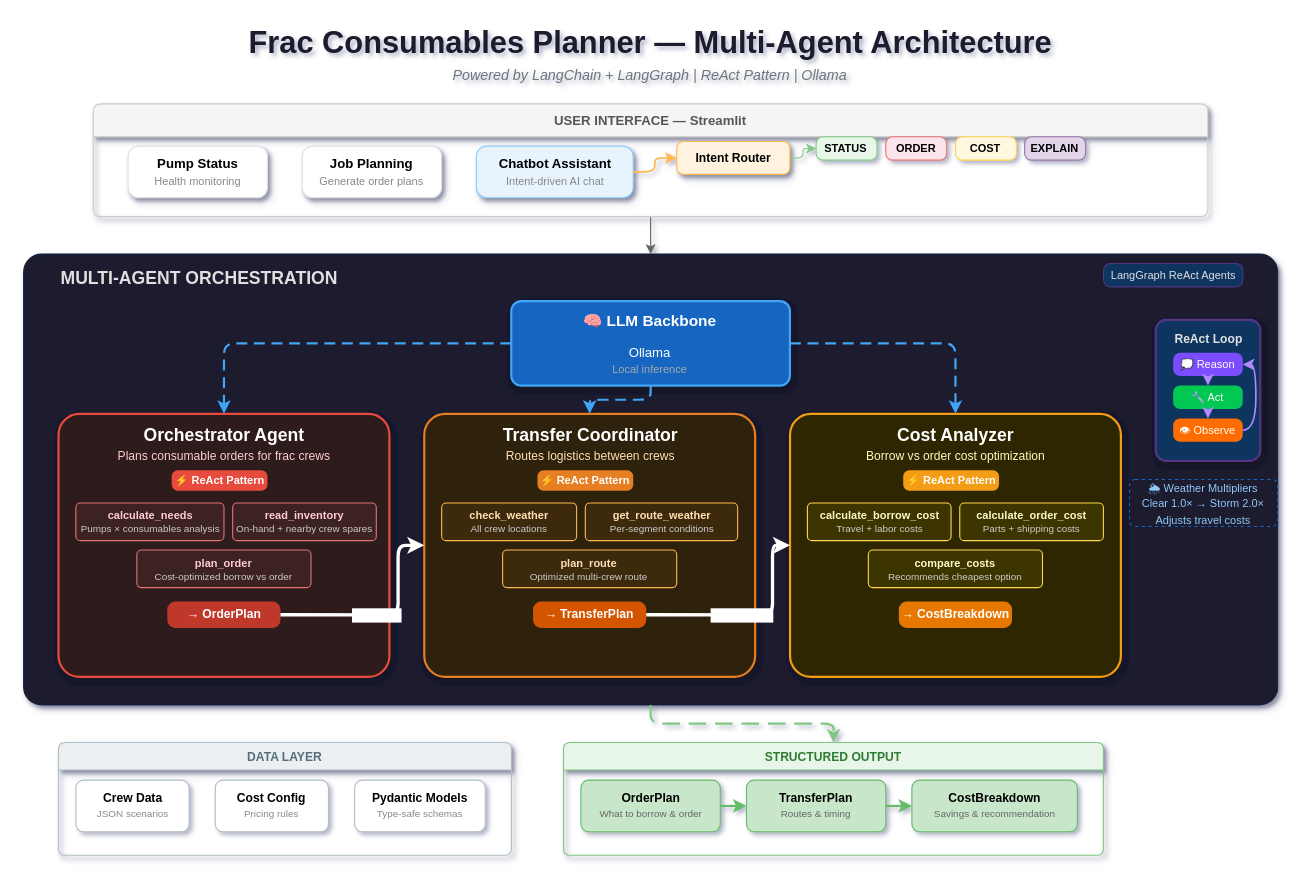
Before: docs/architecture.drawio in Oviemudiaga/frac-consumables-planner, a draw.io diagram. Source tidied: cells renumbered, new cells numbered last; positions are measured from the earlier drawing's top-left corner, leaving out a move shared by most shapes. Both pictures are drawn from the tidied source at 110%, with x=0, y=0 at pixel (23, 19).
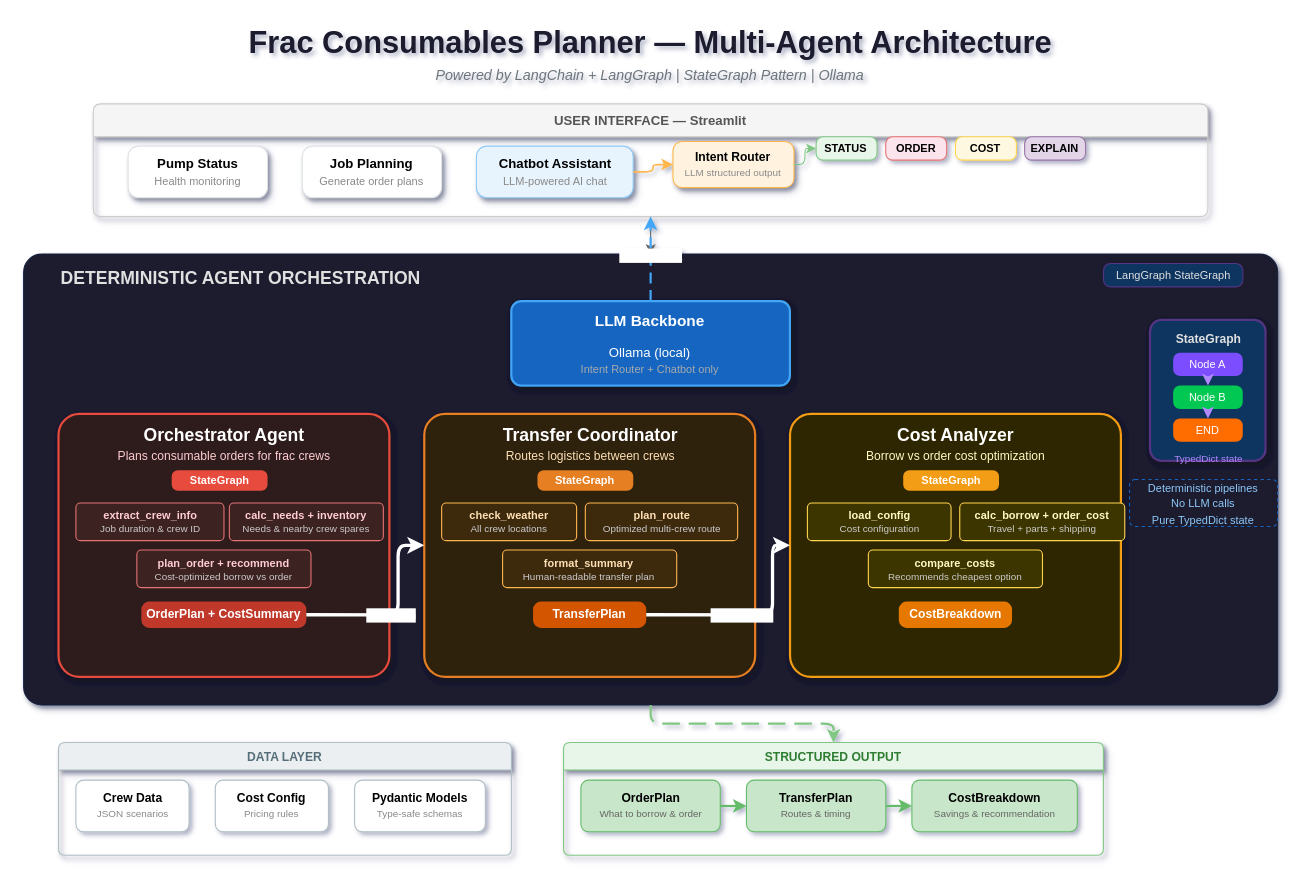
The same page after the edit.

Commit message (it also covers changes not shown here):
added intent agent

The change refers to these unchanged cells:
```xml
<mxCell id="2" style="group;" parent="1" vertex="1">
  <mxGeometry width="1140" height="760" as="geometry" />
</mxCell>
<mxCell id="6" value="USER INTERFACE —  Streamlit" style="swimlane;startSize=30;fillColor=#f5f5f5;strokeColor=#cccccc;rounded=1;arcSize=8;fontSize=12;fontColor=#555555;shadow=1;" parent="2" vertex="1">
  <mxGeometry x="63.3" y="76.9" width="1013.3" height="102.5" as="geometry" />
</mxCell>
<mxCell id="21" style="rounded=1;whiteSpace=wrap;html=1;fillColor=#2d1b1b;strokeColor=#e74c3c;strokeWidth=2;arcSize=8;shadow=1;" parent="2" vertex="1">
  <mxGeometry x="31.7" y="358.7" width="300.8" height="239.1" as="geometry" />
</mxCell>
<mxCell id="28" style="rounded=1;whiteSpace=wrap;html=1;fillColor=#2d2010;strokeColor=#e67e22;strokeWidth=2;arcSize=8;shadow=1;" parent="2" vertex="1">
  <mxGeometry x="364.2" y="358.7" width="300.8" height="239.1" as="geometry" />
</mxCell>
<mxCell id="35" style="rounded=1;whiteSpace=wrap;html=1;fillColor=#2d2800;strokeColor=#f39c12;strokeWidth=2;arcSize=8;shadow=1;" parent="2" vertex="1">
  <mxGeometry x="696.7" y="358.7" width="300.8" height="239.1" as="geometry" />
</mxCell>
```

The edit, as a diff of the source:
```diff
@@
-    <mxCell id="4" value="Powered by LangChain + LangGraph  |  ReAct Pattern  |  Ollama" style="text;html=1;fontSize=13;fontColor=#6c757d;align=center;verticalAlign=middle;whiteSpace=wrap;fontStyle=2;" parent="2" vertex="1">
+    <mxCell id="4" value="Powered by LangChain + LangGraph  |  StateGraph Pattern  |  Ollama" style="text;html=1;fontSize=13;fontColor=#6c757d;align=center;verticalAlign=middle;whiteSpace=wrap;fontStyle=2;" parent="2" vertex="1">
       <mxGeometry x="253.3" y="38.4" width="633.3" height="25.6" as="geometry" />
     </mxCell>
@@
-    <mxCell id="9" value="&lt;b&gt;Chatbot Assistant&lt;/b&gt;&lt;br&gt;&lt;font style=&quot;font-size:10px;color:#888&quot;&gt;Intent-driven AI chat&lt;/font&gt;" style="rounded=1;whiteSpace=wrap;html=1;fillColor=#e8f4fd;strokeColor=#90caf9;shadow=1;fontSize=12;arcSize=20;" parent="6" vertex="1">
+    <mxCell id="9" value="&lt;b&gt;Chatbot Assistant&lt;/b&gt;&lt;br&gt;&lt;font style=&quot;font-size:10px;color:#888&quot;&gt;LLM-powered AI chat&lt;/font&gt;" style="rounded=1;whiteSpace=wrap;html=1;fillColor=#e8f4fd;strokeColor=#90caf9;shadow=1;fontSize=12;arcSize=20;" parent="6" vertex="1">
       <mxGeometry x="348.3" y="38.4" width="142.5" height="47" as="geometry" />
     </mxCell>
-    <mxCell id="10" value="&lt;b&gt;Intent Router&lt;/b&gt;" style="rounded=1;whiteSpace=wrap;html=1;fillColor=#fff3e0;strokeColor=#ffb74d;shadow=1;fontSize=11;arcSize=20;" parent="6" vertex="1">
-      <mxGeometry x="530.4" y="34.2" width="102.9" height="29.9" as="geometry" />
+    <mxCell id="10" value="&lt;b&gt;Intent Router&lt;/b&gt;&lt;br&gt;&lt;font style=&quot;font-size:9px;color:#888&quot;&gt;LLM structured output&lt;/font&gt;" style="rounded=1;whiteSpace=wrap;html=1;fillColor=#fff3e0;strokeColor=#ffb74d;shadow=1;fontSize=11;arcSize=20;" parent="6" vertex="1">
+      <mxGeometry x="527" y="34.2" width="110" height="42" as="geometry" />
     </mxCell>
@@
-    <mxCell id="18" value="MULTI-AGENT ORCHESTRATION" style="text;html=1;fontSize=16;fontStyle=1;fontColor=#e0e0e0;align=left;verticalAlign=middle;letterSpacing=3;" parent="2" vertex="1">
-      <mxGeometry x="31.7" y="222" width="316.7" height="25.6" as="geometry" />
+    <mxCell id="18" value="DETERMINISTIC AGENT ORCHESTRATION" style="text;html=1;fontSize=16;fontStyle=1;fontColor=#e0e0e0;align=left;verticalAlign=middle;letterSpacing=3;" parent="2" vertex="1">
+      <mxGeometry x="31.7" y="222" width="400" height="25.6" as="geometry" />
     </mxCell>
-    <mxCell id="19" value="LangGraph ReAct Agents" style="rounded=1;whiteSpace=wrap;html=1;fillColor=#0f3460;strokeColor=#533483;fontSize=10;fontColor=#e0e0e0;arcSize=30;" parent="2" vertex="1">
+    <mxCell id="19" value="LangGraph StateGraph" style="rounded=1;whiteSpace=wrap;html=1;fillColor=#0f3460;strokeColor=#533483;fontSize=10;fontColor=#e0e0e0;arcSize=30;" parent="2" vertex="1">
       <mxGeometry x="981.7" y="222" width="126.7" height="21.3" as="geometry" />
     </mxCell>
-    <mxCell id="20" value="&lt;b style=&quot;font-size:14px;&quot;&gt;🧠 LLM Backbone&lt;/b&gt;&lt;br&gt;&lt;br&gt;&lt;font style=&quot;font-size:12px;&quot;&gt;Ollama&lt;/font&gt;&lt;br&gt;&lt;font style=&quot;font-size: 10px; color: rgb(170, 170, 170);&quot;&gt;Local inference&lt;/font&gt;" style="rounded=1;whiteSpace=wrap;html=1;fillColor=#1565c0;strokeColor=#42a5f5;strokeWidth=2;shadow=1;fontSize=12;fontColor=#ffffff;arcSize=12;" parent="2" vertex="1">
+    <mxCell id="20" value="&lt;b style=&quot;font-size:14px;&quot;&gt;LLM Backbone&lt;/b&gt;&lt;br&gt;&lt;br&gt;&lt;font style=&quot;font-size:12px;&quot;&gt;Ollama (local)&lt;/font&gt;&lt;br&gt;&lt;font style=&quot;font-size: 10px; color: rgb(170, 170, 170);&quot;&gt;Intent Router + Chatbot only&lt;/font&gt;" style="rounded=1;whiteSpace=wrap;html=1;fillColor=#1565c0;strokeColor=#42a5f5;strokeWidth=2;shadow=1;fontSize=12;fontColor=#ffffff;arcSize=12;" parent="2" vertex="1">
       <mxGeometry x="443.3" y="256.2" width="253.3" height="76.9" as="geometry" />
     </mxCell>
@@
-    <mxCell id="23" value="⚡ ReAct Pattern" style="rounded=1;whiteSpace=wrap;html=1;fillColor=#e74c3c;strokeColor=none;fontSize=10;fontColor=#ffffff;fontStyle=1;arcSize=30;" parent="2" vertex="1">
+    <mxCell id="23" value="StateGraph" style="rounded=1;whiteSpace=wrap;html=1;fillColor=#e74c3c;strokeColor=none;fontSize=10;fontColor=#ffffff;fontStyle=1;arcSize=30;" parent="2" vertex="1">
       <mxGeometry x="134.6" y="409.9" width="87.1" height="18.8" as="geometry" />
     </mxCell>
-    <mxCell id="24" value="&lt;b&gt;calculate_needs&lt;/b&gt;&lt;br&gt;&lt;font style=&quot;font-size:9px;color:#ccc;&quot;&gt;Pumps × consumables analysis&lt;/font&gt;" style="rounded=1;whiteSpace=wrap;html=1;fillColor=#3d2020;strokeColor=#e57373;fontSize=10;fontColor=#ffcdd2;arcSize=12;" parent="2" vertex="1">
+    <mxCell id="24" value="&lt;b&gt;extract_crew_info&lt;/b&gt;&lt;br&gt;&lt;font style=&quot;font-size:9px;color:#ccc;&quot;&gt;Job duration &amp; crew ID&lt;/font&gt;" style="rounded=1;whiteSpace=wrap;html=1;fillColor=#3d2020;strokeColor=#e57373;fontSize=10;fontColor=#ffcdd2;arcSize=12;" parent="2" vertex="1">
       <mxGeometry x="47.5" y="439.8" width="134.6" height="34.2" as="geometry" />
     </mxCell>
-    <mxCell id="25" value="&lt;b&gt;read_inventory&lt;/b&gt;&lt;br&gt;&lt;font style=&quot;font-size:9px;color:#ccc;&quot;&gt;On-hand + nearby crew spares&lt;/font&gt;" style="rounded=1;whiteSpace=wrap;html=1;fillColor=#3d2020;strokeColor=#e57373;fontSize=10;fontColor=#ffcdd2;arcSize=12;" parent="2" vertex="1">
-      <mxGeometry x="190" y="439.8" width="130.6" height="34.2" as="geometry" />
+    <mxCell id="25" value="&lt;b&gt;calc_needs + inventory&lt;/b&gt;&lt;br&gt;&lt;font style=&quot;font-size:9px;color:#ccc;&quot;&gt;Needs &amp; nearby crew spares&lt;/font&gt;" style="rounded=1;whiteSpace=wrap;html=1;fillColor=#3d2020;strokeColor=#e57373;fontSize=10;fontColor=#ffcdd2;arcSize=12;" parent="2" vertex="1">
+      <mxGeometry x="187" y="439.8" width="140" height="34.2" as="geometry" />
     </mxCell>
-    <mxCell id="26" value="&lt;b&gt;plan_order&lt;/b&gt;&lt;br&gt;&lt;font style=&quot;font-size:9px;color:#ccc;&quot;&gt;Cost-optimized borrow vs order&lt;/font&gt;" style="rounded=1;whiteSpace=wrap;html=1;fillColor=#3d2020;strokeColor=#e57373;fontSize=10;fontColor=#ffcdd2;arcSize=12;" parent="2" vertex="1">
+    <mxCell id="26" value="&lt;b&gt;plan_order + recommend&lt;/b&gt;&lt;br&gt;&lt;font style=&quot;font-size:9px;color:#ccc;&quot;&gt;Cost-optimized borrow vs order&lt;/font&gt;" style="rounded=1;whiteSpace=wrap;html=1;fillColor=#3d2020;strokeColor=#e57373;fontSize=10;fontColor=#ffcdd2;arcSize=12;" parent="2" vertex="1">
       <mxGeometry x="102.9" y="482.5" width="158.3" height="34.2" as="geometry" />
     </mxCell>
-    <mxCell id="27" value="&lt;b&gt;→ OrderPlan&lt;/b&gt;" style="rounded=1;whiteSpace=wrap;html=1;fillColor=#c0392b;strokeColor=none;fontSize=11;fontColor=#ffffff;arcSize=30;" parent="2" vertex="1">
-      <mxGeometry x="130.6" y="529.4" width="102.9" height="23.9" as="geometry" />
+    <mxCell id="27" value="&lt;b&gt;OrderPlan + CostSummary&lt;/b&gt;" style="rounded=1;whiteSpace=wrap;html=1;fillColor=#c0392b;strokeColor=none;fontSize=11;fontColor=#ffffff;arcSize=30;" parent="2" vertex="1">
+      <mxGeometry x="107" y="529.4" width="150" height="23.9" as="geometry" />
     </mxCell>
@@
-    <mxCell id="30" value="⚡ ReAct Pattern" style="rounded=1;whiteSpace=wrap;html=1;fillColor=#e67e22;strokeColor=none;fontSize=10;fontColor=#ffffff;fontStyle=1;arcSize=30;" parent="2" vertex="1">
+    <mxCell id="30" value="StateGraph" style="rounded=1;whiteSpace=wrap;html=1;fillColor=#e67e22;strokeColor=none;fontSize=10;fontColor=#ffffff;fontStyle=1;arcSize=30;" parent="2" vertex="1">
       <mxGeometry x="467.1" y="409.9" width="87.1" height="18.8" as="geometry" />
     </mxCell>
@@
-    <mxCell id="32" value="&lt;b&gt;get_route_weather&lt;/b&gt;&lt;br&gt;&lt;font style=&quot;font-size:9px;color:#ccc;&quot;&gt;Per-segment conditions&lt;/font&gt;" style="rounded=1;whiteSpace=wrap;html=1;fillColor=#3d2a10;strokeColor=#ffb74d;fontSize=10;fontColor=#ffe0b2;arcSize=12;" parent="2" vertex="1">
+    <mxCell id="32" value="&lt;b&gt;plan_route&lt;/b&gt;&lt;br&gt;&lt;font style=&quot;font-size:9px;color:#ccc;&quot;&gt;Optimized multi-crew route&lt;/font&gt;" style="rounded=1;whiteSpace=wrap;html=1;fillColor=#3d2a10;strokeColor=#ffb74d;fontSize=10;fontColor=#ffe0b2;arcSize=12;" parent="2" vertex="1">
       <mxGeometry x="510.6" y="439.8" width="138.5" height="34.2" as="geometry" />
     </mxCell>
-    <mxCell id="33" value="&lt;b&gt;plan_route&lt;/b&gt;&lt;br&gt;&lt;font style=&quot;font-size:9px;color:#ccc;&quot;&gt;Optimized multi-crew route&lt;/font&gt;" style="rounded=1;whiteSpace=wrap;html=1;fillColor=#3d2a10;strokeColor=#ffb74d;fontSize=10;fontColor=#ffe0b2;arcSize=12;" parent="2" vertex="1">
+    <mxCell id="33" value="&lt;b&gt;format_summary&lt;/b&gt;&lt;br&gt;&lt;font style=&quot;font-size:9px;color:#ccc;&quot;&gt;Human-readable transfer plan&lt;/font&gt;" style="rounded=1;whiteSpace=wrap;html=1;fillColor=#3d2a10;strokeColor=#ffb74d;fontSize=10;fontColor=#ffe0b2;arcSize=12;" parent="2" vertex="1">
       <mxGeometry x="435.4" y="482.5" width="158.3" height="34.2" as="geometry" />
     </mxCell>
-    <mxCell id="34" value="&lt;b&gt;→ TransferPlan&lt;/b&gt;" style="rounded=1;whiteSpace=wrap;html=1;fillColor=#d35400;strokeColor=none;fontSize=11;fontColor=#ffffff;arcSize=30;" parent="2" vertex="1">
+    <mxCell id="34" value="&lt;b&gt;TransferPlan&lt;/b&gt;" style="rounded=1;whiteSpace=wrap;html=1;fillColor=#d35400;strokeColor=none;fontSize=11;fontColor=#ffffff;arcSize=30;" parent="2" vertex="1">
       <mxGeometry x="463.1" y="529.4" width="102.9" height="23.9" as="geometry" />
     </mxCell>
@@
-    <mxCell id="37" value="⚡ ReAct Pattern" style="rounded=1;whiteSpace=wrap;html=1;fillColor=#f39c12;strokeColor=none;fontSize=10;fontColor=#ffffff;fontStyle=1;arcSize=30;" parent="2" vertex="1">
+    <mxCell id="37" value="StateGraph" style="rounded=1;whiteSpace=wrap;html=1;fillColor=#f39c12;strokeColor=none;fontSize=10;fontColor=#ffffff;fontStyle=1;arcSize=30;" parent="2" vertex="1">
       <mxGeometry x="799.6" y="409.9" width="87.1" height="18.8" as="geometry" />
     </mxCell>
-    <mxCell id="38" value="&lt;b&gt;calculate_borrow_cost&lt;/b&gt;&lt;br&gt;&lt;font style=&quot;font-size:9px;color:#ccc;&quot;&gt;Travel + labor costs&lt;/font&gt;" style="rounded=1;whiteSpace=wrap;html=1;fillColor=#3d3500;strokeColor=#ffd54f;fontSize=10;fontColor=#fff9c4;arcSize=12;" parent="2" vertex="1">
+    <mxCell id="38" value="&lt;b&gt;load_config&lt;/b&gt;&lt;br&gt;&lt;font style=&quot;font-size:9px;color:#ccc;&quot;&gt;Cost configuration&lt;/font&gt;" style="rounded=1;whiteSpace=wrap;html=1;fillColor=#3d3500;strokeColor=#ffd54f;fontSize=10;fontColor=#fff9c4;arcSize=12;" parent="2" vertex="1">
       <mxGeometry x="712.5" y="439.8" width="130.6" height="34.2" as="geometry" />
     </mxCell>
-    <mxCell id="39" value="&lt;b&gt;calculate_order_cost&lt;/b&gt;&lt;br&gt;&lt;font style=&quot;font-size:9px;color:#ccc;&quot;&gt;Parts + shipping costs&lt;/font&gt;" style="rounded=1;whiteSpace=wrap;html=1;fillColor=#3d3500;strokeColor=#ffd54f;fontSize=10;fontColor=#fff9c4;arcSize=12;" parent="2" vertex="1">
-      <mxGeometry x="851" y="439.8" width="130.6" height="34.2" as="geometry" />
+    <mxCell id="39" value="&lt;b&gt;calc_borrow + order_cost&lt;/b&gt;&lt;br&gt;&lt;font style=&quot;font-size:9px;color:#ccc;&quot;&gt;Travel + parts + shipping&lt;/font&gt;" style="rounded=1;whiteSpace=wrap;html=1;fillColor=#3d3500;strokeColor=#ffd54f;fontSize=10;fontColor=#fff9c4;arcSize=12;" parent="2" vertex="1">
+      <mxGeometry x="851" y="439.8" width="150" height="34.2" as="geometry" />
     </mxCell>
@@
-    <mxCell id="41" value="&lt;b&gt;→ CostBreakdown&lt;/b&gt;" style="rounded=1;whiteSpace=wrap;html=1;fillColor=#e67700;strokeColor=none;fontSize=11;fontColor=#ffffff;arcSize=30;" parent="2" vertex="1">
+    <mxCell id="41" value="&lt;b&gt;CostBreakdown&lt;/b&gt;" style="rounded=1;whiteSpace=wrap;html=1;fillColor=#e67700;strokeColor=none;fontSize=11;fontColor=#ffffff;arcSize=30;" parent="2" vertex="1">
       <mxGeometry x="795.6" y="529.4" width="102.9" height="23.9" as="geometry" />
     </mxCell>
@@
-    <mxCell id="46" style="edgeStyle=orthogonalEdgeStyle;rounded=1;strokeColor=#42a5f5;strokeWidth=2;dashed=1;dashPattern=5 3;entryX=0.5;entryY=0;entryDx=0;entryDy=0;" parent="2" edge="1" source="20" target="21">
-      <mxGeometry relative="1" as="geometry" />
-    </mxCell>
-    <mxCell id="47" style="edgeStyle=orthogonalEdgeStyle;rounded=1;strokeColor=#42a5f5;strokeWidth=2;dashed=1;dashPattern=5 3;exitX=0.5;exitY=1;exitDx=0;exitDy=0;entryX=0.5;entryY=0;entryDx=0;entryDy=0;" parent="2" edge="1" source="20" target="28">
-      <mxGeometry relative="1" as="geometry" />
-    </mxCell>
-    <mxCell id="48" style="edgeStyle=orthogonalEdgeStyle;rounded=1;strokeColor=#42a5f5;strokeWidth=2;dashed=1;dashPattern=5 3;entryX=0.5;entryY=0;entryDx=0;entryDy=0;" parent="2" edge="1" source="20" target="35">
-      <mxGeometry relative="1" as="geometry" />
-    </mxCell>
-    <mxCell id="49" style="rounded=1;whiteSpace=wrap;html=1;fillColor=#0f3460;strokeColor=#533483;strokeWidth=2;arcSize=10;shadow=1;" parent="2" vertex="1">
-      <mxGeometry x="1029.2" y="273.3" width="95" height="128.1" as="geometry" />
-    </mxCell>
-    <mxCell id="50" value="&lt;b&gt;ReAct Loop&lt;/b&gt;" style="text;html=1;fontSize=11;fontColor=#e0e0e0;align=center;" parent="2" vertex="1">
-      <mxGeometry x="1037.1" y="277.5" width="79.2" height="17.1" as="geometry" />
-    </mxCell>
-    <mxCell id="51" value="💭 Reason" style="rounded=1;whiteSpace=wrap;html=1;fillColor=#7c4dff;strokeColor=none;fontSize=10;fontColor=#ffffff;arcSize=30;" parent="2" vertex="1">
-      <mxGeometry x="1045" y="303.1" width="63.3" height="21.3" as="geometry" />
-    </mxCell>
-    <mxCell id="52" value="🔧 Act" style="rounded=1;whiteSpace=wrap;html=1;fillColor=#00c853;strokeColor=none;fontSize=10;fontColor=#ffffff;arcSize=30;" parent="2" vertex="1">
-      <mxGeometry x="1045" y="333" width="63.3" height="21.3" as="geometry" />
-    </mxCell>
-    <mxCell id="53" value="👁 Observe" style="rounded=1;whiteSpace=wrap;html=1;fillColor=#ff6d00;strokeColor=none;fontSize=10;fontColor=#ffffff;arcSize=30;" parent="2" vertex="1">
-      <mxGeometry x="1045" y="362.9" width="63.3" height="21.3" as="geometry" />
-    </mxCell>
-    <mxCell id="54" style="edgeStyle=orthogonalEdgeStyle;rounded=1;strokeColor=#b388ff;strokeWidth=1.5;exitX=1;exitY=0.5;exitDx=0;exitDy=0;entryX=1;entryY=0.5;entryDx=0;entryDy=0;curved=1;" parent="2" edge="1" source="53" target="51">
-      <mxGeometry relative="1" as="geometry">
-        <Array as="points">
-          <mxPoint x="1120.2" y="374" />
-          <mxPoint x="1120.2" y="314.2" />
-        </Array>
-      </mxGeometry>
-    </mxCell>
-    <mxCell id="55" style="endArrow=classic;strokeColor=#b388ff;strokeWidth=1.5;" parent="2" edge="1" source="51" target="52">
-      <mxGeometry relative="1" as="geometry" />
-    </mxCell>
-    <mxCell id="56" style="endArrow=classic;strokeColor=#b388ff;strokeWidth=1.5;" parent="2" edge="1" source="52" target="53">
-      <mxGeometry relative="1" as="geometry" />
-    </mxCell>
+    <mxCell id="69" style="edgeStyle=orthogonalEdgeStyle;rounded=1;strokeColor=#42a5f5;strokeWidth=2;dashed=1;dashPattern=5 3;exitX=0.5;exitY=0;exitDx=0;exitDy=0;entryX=0.5;entryY=1;entryDx=0;entryDy=0;" parent="2" edge="1" source="20" target="6">
+      <mxGeometry relative="1" as="geometry" />
+    </mxCell>
+    <mxCell id="70" value="&lt;font color=&quot;#ffffff&quot; style=&quot;font-size:10px;&quot;&gt;Intent + Chat&lt;/font&gt;" style="edgeLabel;html=1;align=center;verticalAlign=middle;fillColor=#1565c0;rounded=1;" parent="69" vertex="1">
+      <mxGeometry x="0.1" relative="1" as="geometry" />
+    </mxCell>
+    <mxCell id="71" style="rounded=1;whiteSpace=wrap;html=1;fillColor=#0f3460;strokeColor=#533483;strokeWidth=2;arcSize=10;shadow=1;" parent="2" vertex="1">
+      <mxGeometry x="1024" y="273.3" width="105" height="128.1" as="geometry" />
+    </mxCell>
+    <mxCell id="72" value="&lt;b&gt;StateGraph&lt;/b&gt;" style="text;html=1;fontSize=11;fontColor=#e0e0e0;align=center;" parent="2" vertex="1">
+      <mxGeometry x="1032" y="277.5" width="89" height="17.1" as="geometry" />
+    </mxCell>
+    <mxCell id="73" value="Node A" style="rounded=1;whiteSpace=wrap;html=1;fillColor=#7c4dff;strokeColor=none;fontSize=10;fontColor=#ffffff;arcSize=30;" parent="2" vertex="1">
+      <mxGeometry x="1045" y="303.1" width="63.3" height="21.3" as="geometry" />
+    </mxCell>
+    <mxCell id="74" value="Node B" style="rounded=1;whiteSpace=wrap;html=1;fillColor=#00c853;strokeColor=none;fontSize=10;fontColor=#ffffff;arcSize=30;" parent="2" vertex="1">
+      <mxGeometry x="1045" y="333" width="63.3" height="21.3" as="geometry" />
+    </mxCell>
+    <mxCell id="75" value="END" style="rounded=1;whiteSpace=wrap;html=1;fillColor=#ff6d00;strokeColor=none;fontSize=10;fontColor=#ffffff;arcSize=30;" parent="2" vertex="1">
+      <mxGeometry x="1045" y="362.9" width="63.3" height="21.3" as="geometry" />
+    </mxCell>
+    <mxCell id="76" style="endArrow=classic;strokeColor=#b388ff;strokeWidth=1.5;" parent="2" edge="1" source="73" target="74">
+      <mxGeometry relative="1" as="geometry" />
+    </mxCell>
+    <mxCell id="77" style="endArrow=classic;strokeColor=#b388ff;strokeWidth=1.5;" parent="2" edge="1" source="74" target="75">
+      <mxGeometry relative="1" as="geometry" />
+    </mxCell>
+    <mxCell id="78" value="TypedDict state" style="text;html=1;fontSize=9;fontColor=#b388ff;align=center;" parent="2" vertex="1">
+      <mxGeometry x="1032" y="388" width="89" height="15" as="geometry" />
+    </mxCell>
@@
-    <mxCell id="68" value="&lt;font style=&quot;font-size:10px;color:#90caf9;&quot;&gt;🌦 Weather Multipliers&lt;br&gt;Clear 1.0× → Storm 2.0×&lt;br&gt;Adjusts travel costs&lt;/font&gt;" style="rounded=1;whiteSpace=wrap;html=1;fillColor=#1a1a2e;strokeColor=#1565c0;strokeWidth=1;dashed=1;arcSize=12;" parent="2" vertex="1">
-      <mxGeometry x="1005.4" y="418.4" width="134.6" height="42.7" as="geometry" />
-    </mxCell>
+    <mxCell id="79" value="&lt;font style=&quot;font-size:10px;color:#90caf9;&quot;&gt;Deterministic pipelines&lt;br&gt;No LLM calls&lt;br&gt;Pure TypedDict state&lt;/font&gt;" style="rounded=1;whiteSpace=wrap;html=1;fillColor=#1a1a2e;strokeColor=#1565c0;strokeWidth=1;dashed=1;arcSize=12;" parent="2" vertex="1">
+      <mxGeometry x="1005.4" y="418.4" width="134.6" height="42.7" as="geometry" />
+    </mxCell>
```
